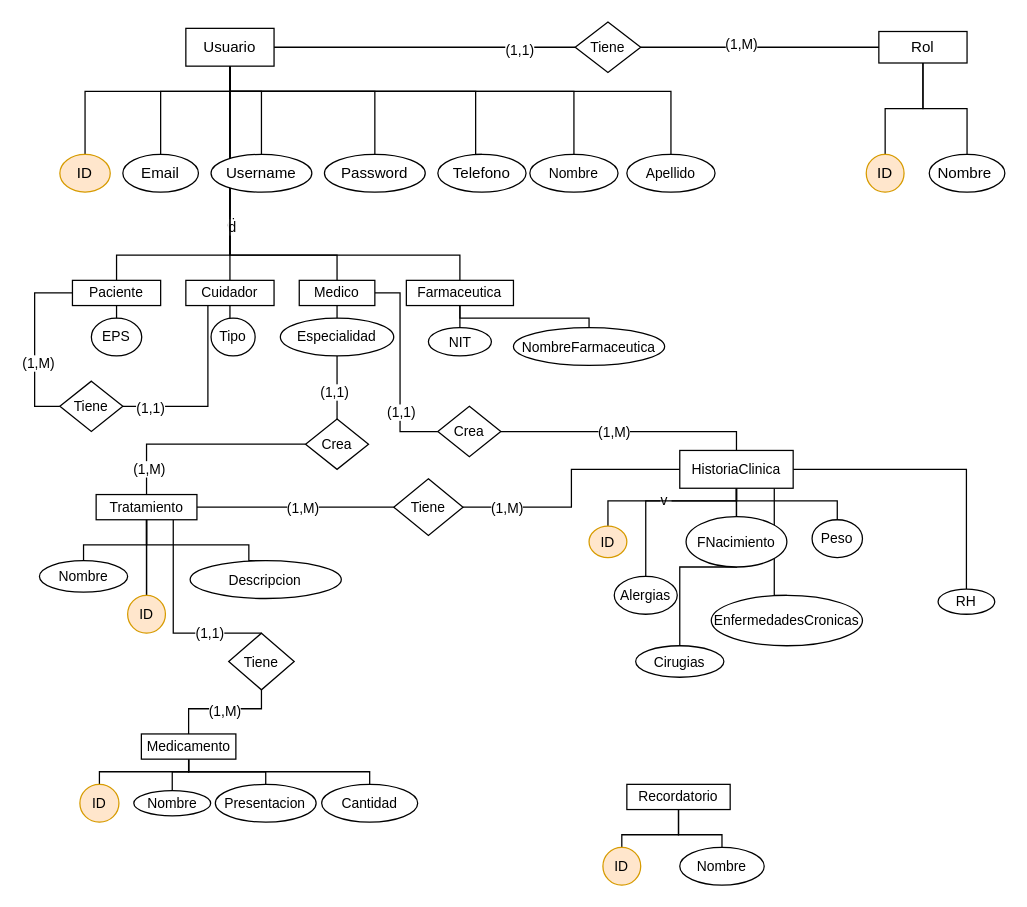
The draw.io diagram MER MedTrack.drawio in jhosebro/Bases-de-datos, before the edit. Source tidied: cells renumbered, new cells numbered last; positions are measured from the earlier drawing's top-left corner, leaving out a move shared by most shapes. Both pictures are drawn from the tidied source at 126%, with x=0, y=0 at pixel (34, 21).
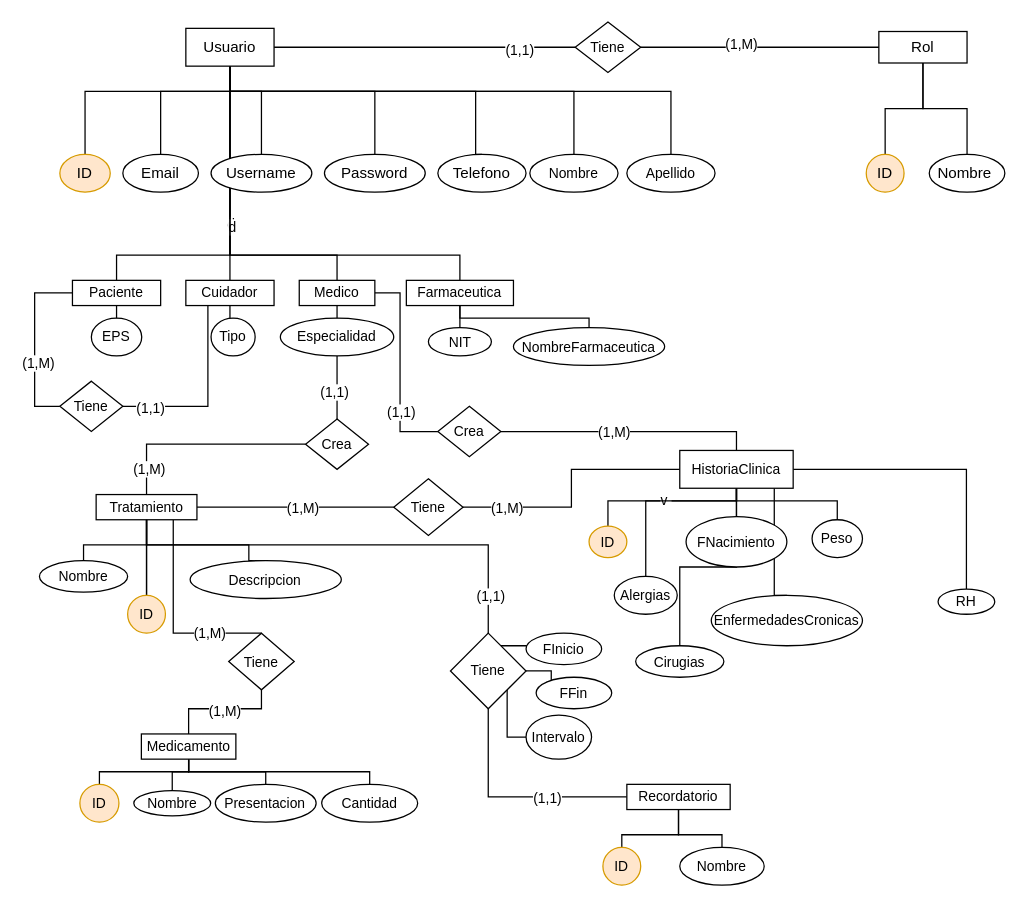
After the change.

Unchanged cells that the change refers to:
```xml
<mxCell id="70" style="edgeStyle=orthogonalEdgeStyle;shape=connector;rounded=0;jettySize=auto;html=1;entryX=0.5;entryY=0;entryDx=0;entryDy=0;labelBackgroundColor=default;strokeColor=default;align=center;verticalAlign=middle;fontFamily=Helvetica;fontSize=11;fontColor=default;endArrow=none;endFill=0;" parent="1" edge="1" source="74" target="107">
  <mxGeometry relative="1" as="geometry">
    <Array as="points">
      <mxPoint x="110" y="485" />
    </Array>
  </mxGeometry>
</mxCell>
<mxCell id="74" value="Tratamiento" style="rounded=0;whiteSpace=wrap;html=1;fontFamily=Helvetica;fontSize=11;fontColor=default;" parent="1" vertex="1">
  <mxGeometry x="48.8" y="375" width="80" height="20" as="geometry" />
</mxCell>
<mxCell id="90" value="Recordatorio" style="rounded=0;whiteSpace=wrap;html=1;fontFamily=Helvetica;fontSize=11;fontColor=default;" parent="1" vertex="1">
  <mxGeometry x="470" y="605" width="82" height="20" as="geometry" />
</mxCell>
```

Diff of the diagram source:
```diff
@@
-    <mxCell id="71" value="(1,1)" style="edgeLabel;html=1;align=center;verticalAlign=middle;fontSize=11;fontFamily=Helvetica;fontColor=default;" parent="70" vertex="1">
+    <mxCell id="71" value="(1,M)" style="edgeLabel;html=1;align=center;verticalAlign=middle;fontSize=11;fontFamily=Helvetica;fontColor=default;" parent="70" vertex="1">
       <mxGeometry x="0.47" y="1" relative="1" as="geometry" />
     </mxCell>
@@
+    <mxCell id="109" style="edgeStyle=orthogonalEdgeStyle;shape=connector;rounded=0;jettySize=auto;html=1;entryX=0.5;entryY=0;entryDx=0;entryDy=0;labelBackgroundColor=default;strokeColor=default;align=center;verticalAlign=middle;fontFamily=Helvetica;fontSize=11;fontColor=default;endArrow=none;endFill=0;" parent="1" edge="1" source="74" target="116">
+      <mxGeometry relative="1" as="geometry">
+        <Array as="points">
+          <mxPoint x="89" y="415" />
+          <mxPoint x="360" y="415" />
+        </Array>
+      </mxGeometry>
+    </mxCell>
+    <mxCell id="110" value="(1,1)" style="edgeLabel;html=1;align=center;verticalAlign=middle;fontSize=11;fontFamily=Helvetica;fontColor=default;" parent="109" vertex="1">
+      <mxGeometry x="0.84" y="1" relative="1" as="geometry" />
+    </mxCell>
@@
+    <mxCell id="111" style="edgeStyle=orthogonalEdgeStyle;shape=connector;rounded=0;jettySize=auto;html=1;entryX=0.5;entryY=1;entryDx=0;entryDy=0;labelBackgroundColor=default;strokeColor=default;align=center;verticalAlign=middle;fontFamily=Helvetica;fontSize=11;fontColor=default;endArrow=none;endFill=0;" parent="1" edge="1" source="90" target="116">
+      <mxGeometry relative="1" as="geometry" />
+    </mxCell>
+    <mxCell id="112" value="(1,1)" style="edgeLabel;html=1;align=center;verticalAlign=middle;fontSize=11;fontFamily=Helvetica;fontColor=default;" parent="111" vertex="1">
+      <mxGeometry x="-0.29" relative="1" as="geometry" />
+    </mxCell>
@@
+    <mxCell id="113" style="edgeStyle=orthogonalEdgeStyle;shape=connector;rounded=0;jettySize=auto;html=1;entryX=0;entryY=1;entryDx=0;entryDy=0;labelBackgroundColor=default;strokeColor=default;align=center;verticalAlign=middle;fontFamily=Helvetica;fontSize=11;fontColor=default;endArrow=none;endFill=0;" parent="1" edge="1" source="116" target="117">
+      <mxGeometry relative="1" as="geometry">
+        <Array as="points">
+          <mxPoint x="399" y="495" />
+        </Array>
+      </mxGeometry>
+    </mxCell>
+    <mxCell id="114" style="edgeStyle=orthogonalEdgeStyle;shape=connector;rounded=0;jettySize=auto;html=1;entryX=0;entryY=0;entryDx=0;entryDy=0;labelBackgroundColor=default;strokeColor=default;align=center;verticalAlign=middle;fontFamily=Helvetica;fontSize=11;fontColor=default;endArrow=none;endFill=0;" parent="1" edge="1" source="116" target="118">
+      <mxGeometry relative="1" as="geometry" />
+    </mxCell>
+    <mxCell id="115" style="edgeStyle=orthogonalEdgeStyle;shape=connector;rounded=0;jettySize=auto;html=1;entryX=0;entryY=0.5;entryDx=0;entryDy=0;labelBackgroundColor=default;strokeColor=default;align=center;verticalAlign=middle;fontFamily=Helvetica;fontSize=11;fontColor=default;endArrow=none;endFill=0;exitX=1;exitY=1;exitDx=0;exitDy=0;" parent="1" edge="1" source="116" target="119">
+      <mxGeometry relative="1" as="geometry">
+        <Array as="points">
+          <mxPoint x="375" y="568" />
+        </Array>
+      </mxGeometry>
+    </mxCell>
+    <mxCell id="116" value="Tiene" style="rhombus;whiteSpace=wrap;html=1;fontFamily=Helvetica;fontSize=11;fontColor=default;" parent="1" vertex="1">
+      <mxGeometry x="330" y="485" width="60" height="60" as="geometry" />
+    </mxCell>
+    <mxCell id="117" value="FInicio" style="ellipse;whiteSpace=wrap;html=1;fontFamily=Helvetica;fontSize=11;fontColor=default;" parent="1" vertex="1">
+      <mxGeometry x="390" y="485" width="60" height="25" as="geometry" />
+    </mxCell>
+    <mxCell id="118" value="FFin" style="ellipse;whiteSpace=wrap;html=1;fontFamily=Helvetica;fontSize=11;fontColor=default;" parent="1" vertex="1">
+      <mxGeometry x="398" y="520" width="60" height="25" as="geometry" />
+    </mxCell>
+    <mxCell id="119" value="Intervalo" style="ellipse;whiteSpace=wrap;html=1;fontFamily=Helvetica;fontSize=11;fontColor=default;" parent="1" vertex="1">
+      <mxGeometry x="390" y="550" width="52" height="35" as="geometry" />
+    </mxCell>
```
